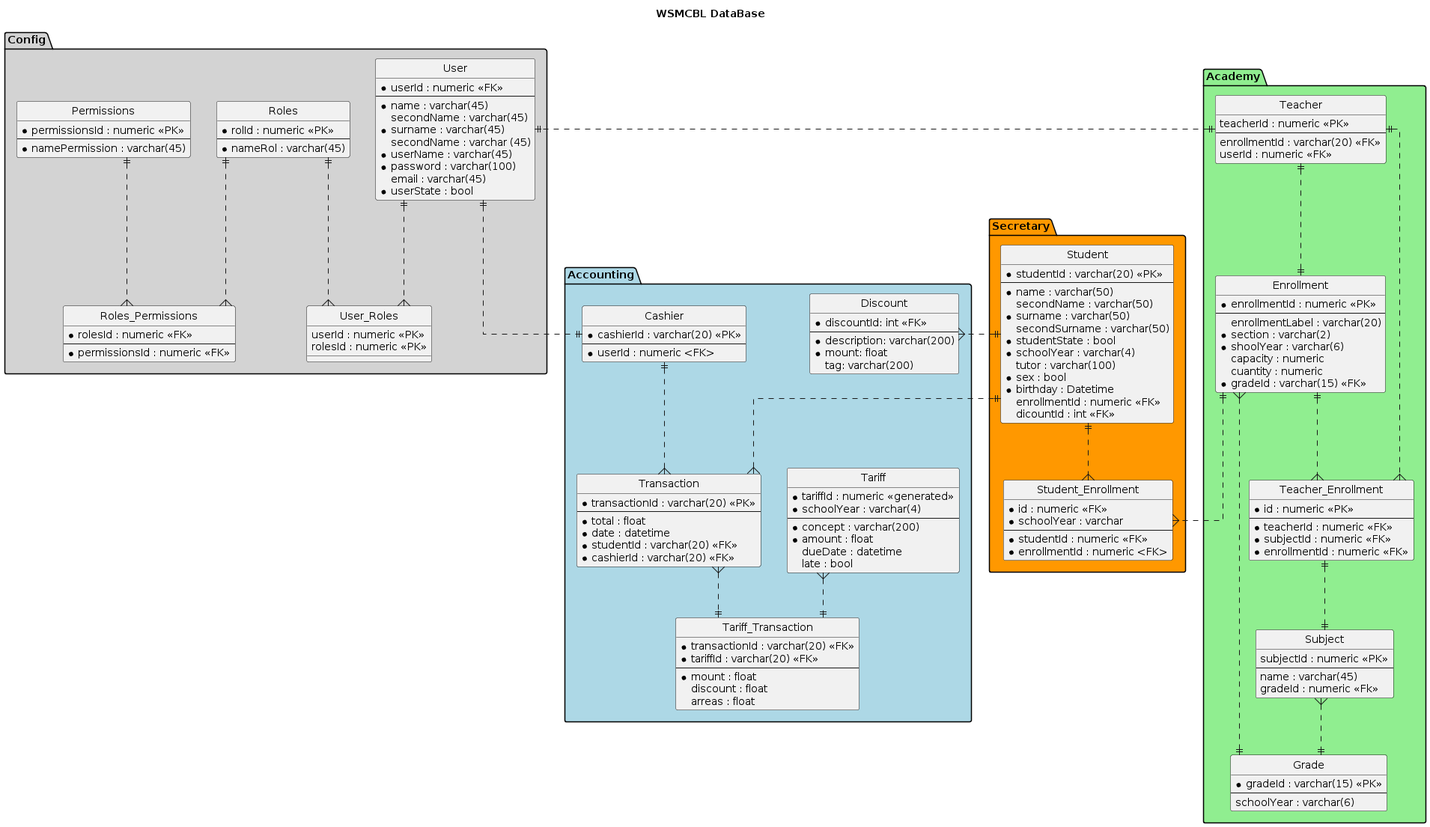
Above: out/DesignView/database.png in wsmcbl/wsmcbl.doc (PlantUML), before the change.
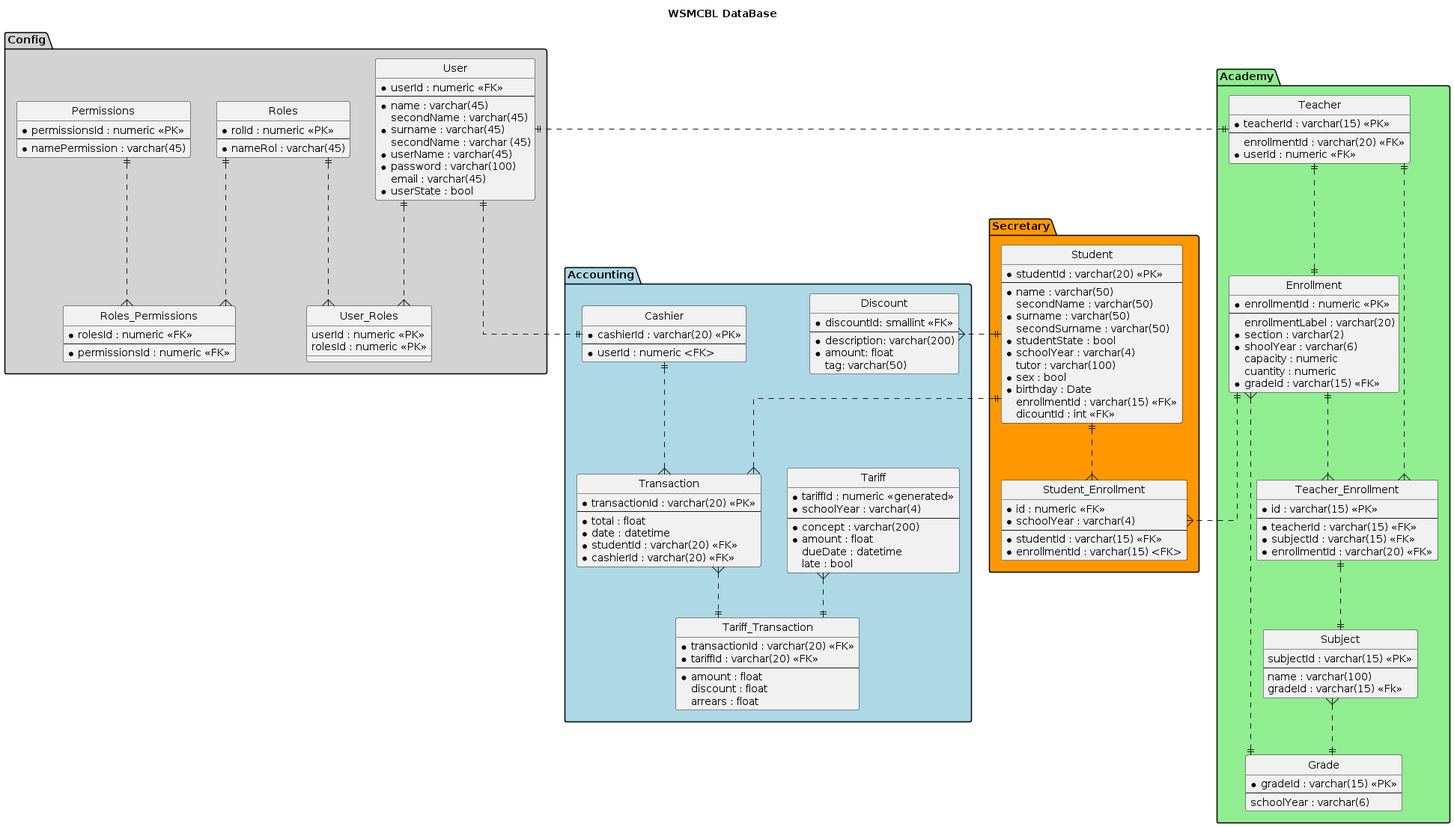
The same diagram one commit later.

Commit message:
Feat: Update database design.

The edit, as a diff of the source:
```diff
@@ -3,6 +3,8 @@
 
 hide circle
 skinparam linetype ortho
+
+
 package Config #LightGray
 {
     entity User
@@ -66,18 +68,18 @@
         * schoolYear : varchar(4)
         tutor : varchar(100)
         * sex : bool
-        * birthday : Datetime
-        enrollmentId : numeric <<FK>>
+        * birthday : Date
+        enrollmentId : varchar(15) <<FK>>
         dicountId : int <<FK>>
     }
 
     entity Student_Enrollment
     {
         * id : numeric <<FK>>
-        * schoolYear : varchar
+        * schoolYear : varchar(4)
         --
-        * studentId : numeric <<FK>>
-        * enrollmentId : numeric <FK>
+        * studentId : varchar(15) <<FK>>
+        * enrollmentId : varchar(15) <FK>
     }
 
     Student ||..{ Student_Enrollment
@@ -108,9 +110,9 @@
         * transactionId : varchar(20) <<FK>>
         * tariffId : varchar(20) <<FK>>
         --
-        * mount : float
+        * amount : float
         discount : float
-        arreas : float
+        arrears : float
     }
 
     entity Transaction
@@ -125,11 +127,11 @@
 
     entity Discount
     {
-        * discountId: int <<FK>>
+        * discountId: smallint <<FK>>
         --
         * description: varchar(200)
-        * mount: float
-        tag: varchar(200)
+        * amount: float
+        tag: varchar(50)
     }
 
     Cashier ||..{Transaction
@@ -160,27 +162,27 @@
 
     entity Subject
     {
-        subjectId : numeric <<PK>>
+        subjectId : varchar(15) <<PK>>
         --
-        name : varchar(45)
-        gradeId : numeric <<Fk>>
+        name : varchar(100)
+        gradeId : varchar(15) <<Fk>>
     }
 
     entity Teacher
     {
-        teacherId : numeric <<PK>>
+        * teacherId : varchar(15) <<PK>>
         --
         enrollmentId : varchar(20) <<FK>>
-        userId : numeric <<FK>>
+        * userId : numeric <<FK>>
     }
 
     entity Teacher_Enrollment
     {
-        * id : numeric <<PK>>
+        * id : varchar(15) <<PK>>
         --
-        * teacherId : numeric <<FK>>
-        * subjectId : numeric <<FK>>
-        * enrollmentId : numeric <<FK>>
+        * teacherId : varchar(15) <<FK>>
+        * subjectId : varchar(15) <<FK>>
+        * enrollmentId : varchar(20) <<FK>>
     }
 
     Enrollment}..|| Grade
```
